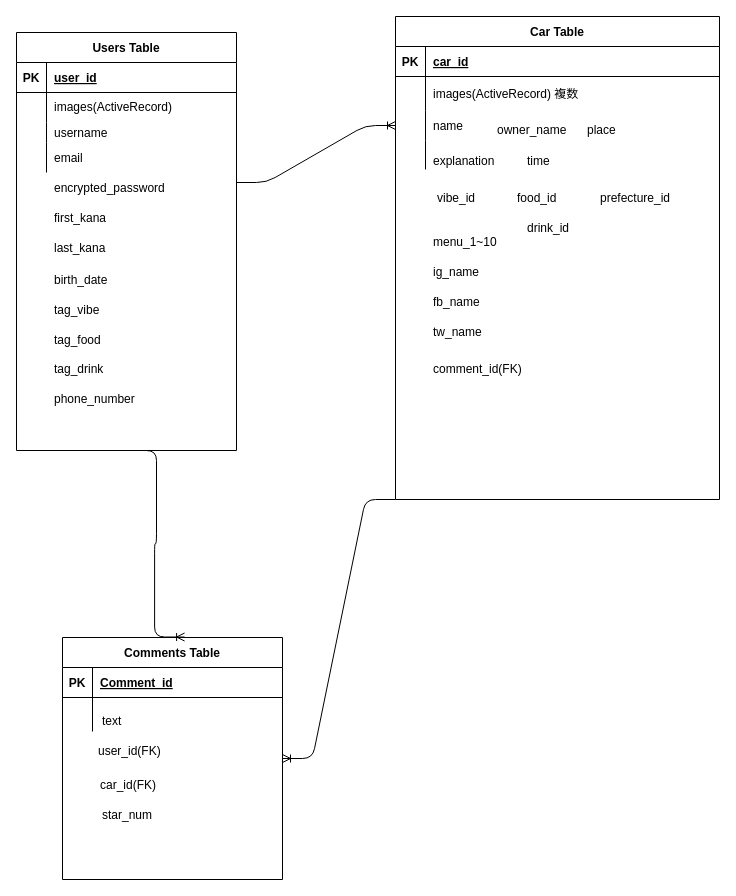
This is picnicar.drawio from kitsu-ne/picnicar, a draw.io file, before an edit. Source tidied: cells renumbered, new cells numbered last; positions are measured from the earlier drawing's top-left corner, leaving out a move shared by most shapes. Both pictures are drawn from the tidied source at 100%, with x=0, y=0 at pixel (16, 16).
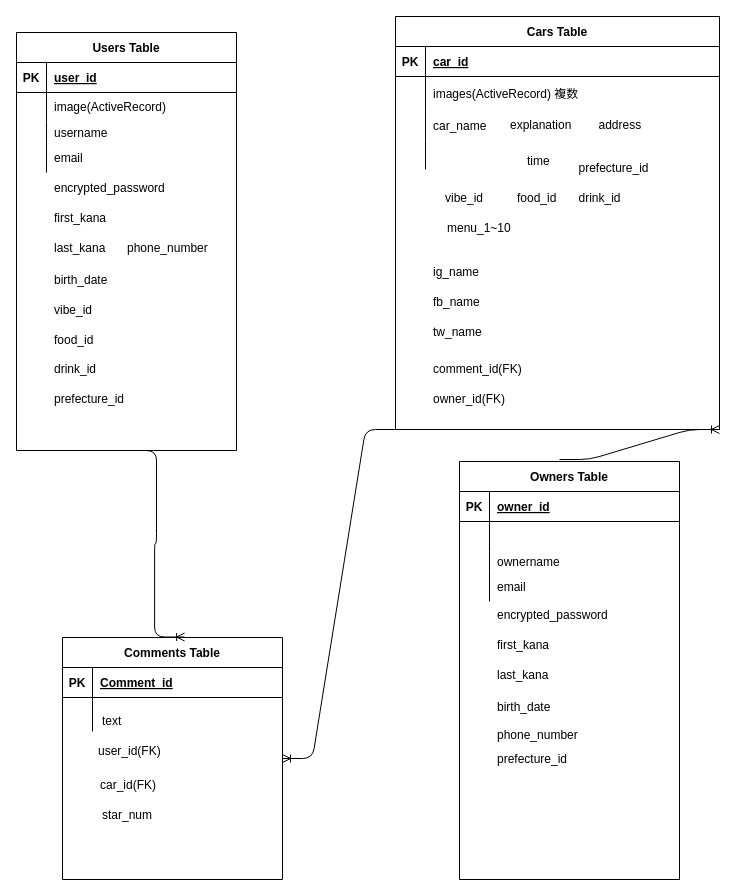
Above is the later version.

The change refers to these unchanged cells:
```xml
<mxCell id="9" style="shape=partialRectangle;fillColor=none;top=0;left=0;bottom=0;right=0;points=[[0,0.5],[1,0.5]];portConstraint=eastwest;" parent="2" vertex="1">
  <mxGeometry y="94" width="324" height="30" as="geometry" />
</mxCell>
```

The edit, as a diff of the source:
```diff
@@
-    <mxCell id="2" value="Car Table" style="shape=table;startSize=30;childLayout=tableLayout;rowLines=0;fontStyle=1;align=center;" parent="1" vertex="1">
-      <mxGeometry x="379" width="324" height="483" as="geometry" />
+    <mxCell id="2" value="Cars Table" style="shape=table;startSize=30;childLayout=tableLayout;rowLines=0;fontStyle=1;align=center;" parent="1" vertex="1">
+      <mxGeometry x="379" width="324" height="413" as="geometry" />
     </mxCell>
@@
-    <mxCell id="11" value="name" style="shape=partialRectangle;fillColor=none;top=0;left=0;bottom=0;right=0;align=left;spacingLeft=6;overflow=hidden;" parent="9" vertex="1">
+    <mxCell id="11" value="car_name" style="shape=partialRectangle;fillColor=none;top=0;left=0;bottom=0;right=0;align=left;spacingLeft=6;overflow=hidden;" parent="9" vertex="1">
       <mxGeometry x="30" width="294" height="30" as="geometry" />
     </mxCell>
@@
-    <mxCell id="18" style="edgeStyle=entityRelationEdgeStyle;fontSize=12;html=1;endArrow=ERoneToMany;entryX=0;entryY=0.5;entryDx=0;entryDy=0;" parent="1" edge="1" target="9">
+    <mxCell id="18" style="edgeStyle=entityRelationEdgeStyle;fontSize=12;html=1;endArrow=ERoneToMany;entryX=1;entryY=1;entryDx=0;entryDy=0;" parent="1" edge="1" target="2">
       <mxGeometry relative="1" as="geometry">
-        <mxPoint x="220" y="166" as="sourcePoint" />
+        <mxPoint x="543" y="443" as="sourcePoint" />
       </mxGeometry>
     </mxCell>
@@
     <mxCell id="33" value="explanation" style="shape=partialRectangle;fillColor=none;top=0;left=0;bottom=0;right=0;align=left;spacingLeft=6;overflow=hidden;" parent="1" vertex="1">
-      <mxGeometry x="409" y="129" width="84" height="30" as="geometry" />
+      <mxGeometry x="486" y="93" width="84" height="30" as="geometry" />
     </mxCell>
     <mxCell id="34" value="vibe_id" style="shape=partialRectangle;fillColor=none;top=0;left=0;bottom=0;right=0;align=left;spacingLeft=6;overflow=hidden;" parent="1" vertex="1">
-      <mxGeometry x="413" y="166" width="72" height="30" as="geometry" />
+      <mxGeometry x="421" y="166" width="72" height="30" as="geometry" />
     </mxCell>
@@
     <mxCell id="37" value="prefecture_id" style="shape=partialRectangle;fillColor=none;top=0;left=0;bottom=0;right=0;align=left;spacingLeft=6;overflow=hidden;" parent="1" vertex="1">
-      <mxGeometry x="576" y="166" width="87" height="30" as="geometry" />
+      <mxGeometry x="554.5" y="136" width="87" height="30" as="geometry" />
     </mxCell>
@@
-    <mxCell id="51" value="tag_vibe" style="shape=partialRectangle;fillColor=none;top=0;left=0;bottom=0;right=0;align=left;spacingLeft=6;overflow=hidden;" parent="1" vertex="1">
+    <mxCell id="51" value="vibe_id" style="shape=partialRectangle;fillColor=none;top=0;left=0;bottom=0;right=0;align=left;spacingLeft=6;overflow=hidden;" parent="1" vertex="1">
       <mxGeometry x="30" y="278" width="190" height="30" as="geometry" />
     </mxCell>
-    <mxCell id="52" value="tag_food" style="shape=partialRectangle;fillColor=none;top=0;left=0;bottom=0;right=0;align=left;spacingLeft=6;overflow=hidden;" parent="1" vertex="1">
+    <mxCell id="52" value="food_id" style="shape=partialRectangle;fillColor=none;top=0;left=0;bottom=0;right=0;align=left;spacingLeft=6;overflow=hidden;" parent="1" vertex="1">
       <mxGeometry x="30" y="308" width="190" height="30" as="geometry" />
     </mxCell>
-    <mxCell id="53" value="tag_drink" style="shape=partialRectangle;fillColor=none;top=0;left=0;bottom=0;right=0;align=left;spacingLeft=6;overflow=hidden;" parent="1" vertex="1">
+    <mxCell id="53" value="drink_id" style="shape=partialRectangle;fillColor=none;top=0;left=0;bottom=0;right=0;align=left;spacingLeft=6;overflow=hidden;" parent="1" vertex="1">
       <mxGeometry x="30" y="337" width="190" height="30" as="geometry" />
     </mxCell>
-    <mxCell id="54" value="images(ActiveRecord)" style="shape=partialRectangle;fillColor=none;top=0;left=0;bottom=0;right=0;align=left;spacingLeft=6;overflow=hidden;" parent="1" vertex="1">
+    <mxCell id="54" value="image(ActiveRecord)" style="shape=partialRectangle;fillColor=none;top=0;left=0;bottom=0;right=0;align=left;spacingLeft=6;overflow=hidden;" parent="1" vertex="1">
       <mxGeometry x="30" y="73" width="190" height="34" as="geometry" />
     </mxCell>
@@
-    <mxCell id="56" value="owner_name" style="shape=partialRectangle;fillColor=none;top=0;left=0;bottom=0;right=0;align=left;spacingLeft=6;overflow=hidden;" parent="1" vertex="1">
-      <mxGeometry x="473" y="100" width="90" height="25" as="geometry" />
-    </mxCell>
     <mxCell id="57" value="menu_1~10" style="shape=partialRectangle;fillColor=none;top=0;left=0;bottom=0;right=0;align=left;spacingLeft=6;overflow=hidden;" parent="1" vertex="1">
-      <mxGeometry x="409" y="210" width="190" height="30" as="geometry" />
+      <mxGeometry x="423" y="196" width="190" height="30" as="geometry" />
     </mxCell>
@@
     <mxCell id="61" value="phone_number" style="shape=partialRectangle;fillColor=none;top=0;left=0;bottom=0;right=0;align=left;spacingLeft=6;overflow=hidden;" parent="1" vertex="1">
-      <mxGeometry x="30" y="367" width="190" height="30" as="geometry" />
+      <mxGeometry x="103" y="216" width="190" height="30" as="geometry" />
     </mxCell>
@@
-    <mxCell id="63" value="place" style="shape=partialRectangle;fillColor=none;top=0;left=0;bottom=0;right=0;align=left;spacingLeft=6;overflow=hidden;" parent="1" vertex="1">
-      <mxGeometry x="563" y="100" width="50" height="25" as="geometry" />
+    <mxCell id="63" value="address" style="shape=partialRectangle;fillColor=none;top=0;left=0;bottom=0;right=0;align=left;spacingLeft=6;overflow=hidden;" parent="1" vertex="1">
+      <mxGeometry x="574.5" y="95.5" width="50" height="25" as="geometry" />
     </mxCell>
     <mxCell id="64" value="drink_id" style="shape=partialRectangle;fillColor=none;top=0;left=0;bottom=0;right=0;align=left;spacingLeft=6;overflow=hidden;" parent="1" vertex="1">
-      <mxGeometry x="503" y="196" width="70" height="30" as="geometry" />
+      <mxGeometry x="554.5" y="166" width="70" height="30" as="geometry" />
     </mxCell>
@@
+    <mxCell id="66" value="prefecture_id" style="shape=partialRectangle;fillColor=none;top=0;left=0;bottom=0;right=0;align=left;spacingLeft=6;overflow=hidden;" parent="1" vertex="1">
+      <mxGeometry x="30" y="367" width="87" height="30" as="geometry" />
+    </mxCell>
+    <mxCell id="67" value="Owners Table" style="shape=table;startSize=30;childLayout=tableLayout;rowLines=0;fontStyle=1;align=center;" parent="1" vertex="1">
+      <mxGeometry x="443" y="445" width="220" height="418" as="geometry" />
+    </mxCell>
+    <mxCell id="68" style="shape=partialRectangle;fillColor=none;top=0;left=0;bottom=1;right=0;" parent="67" vertex="1">
+      <mxGeometry y="30" width="220" height="30" as="geometry" />
+    </mxCell>
+    <mxCell id="69" value="PK" style="shape=partialRectangle;fillColor=none;top=0;left=0;bottom=0;right=0;fontStyle=1;overflow=hidden;" parent="68" vertex="1">
+      <mxGeometry width="30" height="30" as="geometry" />
+    </mxCell>
+    <mxCell id="70" value="owner_id" style="shape=partialRectangle;fillColor=none;top=0;left=0;bottom=0;right=0;align=left;spacingLeft=6;fontStyle=5;overflow=hidden;" parent="68" vertex="1">
+      <mxGeometry x="30" width="190" height="30" as="geometry" />
+    </mxCell>
+    <mxCell id="71" style="shape=partialRectangle;fillColor=none;top=0;left=0;bottom=0;right=0;" parent="67" vertex="1">
+      <mxGeometry y="60" width="220" height="30" as="geometry" />
+    </mxCell>
+    <mxCell id="72" style="shape=partialRectangle;fillColor=none;top=0;left=0;bottom=0;right=0;overflow=hidden;" parent="71" vertex="1">
+      <mxGeometry width="30" height="30" as="geometry" />
+    </mxCell>
+    <mxCell id="73" style="shape=partialRectangle;fillColor=none;top=0;left=0;bottom=0;right=0;align=left;spacingLeft=6;overflow=hidden;" parent="71" vertex="1">
+      <mxGeometry x="30" width="190" height="30" as="geometry" />
+    </mxCell>
+    <mxCell id="74" style="shape=partialRectangle;fillColor=none;top=0;left=0;bottom=0;right=0;" parent="67" vertex="1">
+      <mxGeometry y="90" width="220" height="20" as="geometry" />
+    </mxCell>
+    <mxCell id="75" style="shape=partialRectangle;fillColor=none;top=0;left=0;bottom=0;right=0;overflow=hidden;" parent="74" vertex="1">
+      <mxGeometry width="30" height="20" as="geometry" />
+    </mxCell>
+    <mxCell id="76" value="ownername" style="shape=partialRectangle;fillColor=none;top=0;left=0;bottom=0;right=0;align=left;spacingLeft=6;overflow=hidden;" parent="74" vertex="1">
+      <mxGeometry x="30" width="190" height="20" as="geometry" />
+    </mxCell>
+    <mxCell id="77" style="shape=partialRectangle;fillColor=none;top=0;left=0;bottom=0;right=0;" parent="67" vertex="1">
+      <mxGeometry y="110" width="220" height="30" as="geometry" />
+    </mxCell>
+    <mxCell id="78" style="shape=partialRectangle;fillColor=none;top=0;left=0;bottom=0;right=0;overflow=hidden;" parent="77" vertex="1">
+      <mxGeometry width="30" height="30" as="geometry" />
+    </mxCell>
+    <mxCell id="79" value="email" style="shape=partialRectangle;fillColor=none;top=0;left=0;bottom=0;right=0;align=left;spacingLeft=6;overflow=hidden;" parent="77" vertex="1">
+      <mxGeometry x="30" width="190" height="30" as="geometry" />
+    </mxCell>
+    <mxCell id="80" value="encrypted_password" style="shape=partialRectangle;fillColor=none;top=0;left=0;bottom=0;right=0;align=left;spacingLeft=6;overflow=hidden;" parent="1" vertex="1">
+      <mxGeometry x="473" y="583" width="190" height="30" as="geometry" />
+    </mxCell>
+    <mxCell id="81" value="first_kana" style="shape=partialRectangle;fillColor=none;top=0;left=0;bottom=0;right=0;align=left;spacingLeft=6;overflow=hidden;" parent="1" vertex="1">
+      <mxGeometry x="473" y="613" width="190" height="30" as="geometry" />
+    </mxCell>
+    <mxCell id="82" value="birth_date" style="shape=partialRectangle;fillColor=none;top=0;left=0;bottom=0;right=0;align=left;spacingLeft=6;overflow=hidden;" parent="1" vertex="1">
+      <mxGeometry x="473" y="675" width="190" height="30" as="geometry" />
+    </mxCell>
+    <mxCell id="83" value="last_kana" style="shape=partialRectangle;fillColor=none;top=0;left=0;bottom=0;right=0;align=left;spacingLeft=6;overflow=hidden;" parent="1" vertex="1">
+      <mxGeometry x="473" y="643" width="190" height="30" as="geometry" />
+    </mxCell>
+    <mxCell id="84" value="phone_number" style="shape=partialRectangle;fillColor=none;top=0;left=0;bottom=0;right=0;align=left;spacingLeft=6;overflow=hidden;" parent="1" vertex="1">
+      <mxGeometry x="473" y="703" width="190" height="30" as="geometry" />
+    </mxCell>
+    <mxCell id="85" value="prefecture_id" style="shape=partialRectangle;fillColor=none;top=0;left=0;bottom=0;right=0;align=left;spacingLeft=6;overflow=hidden;" parent="1" vertex="1">
+      <mxGeometry x="473" y="727" width="87" height="30" as="geometry" />
+    </mxCell>
+    <mxCell id="86" value="owner_id(FK)" style="shape=partialRectangle;fillColor=none;top=0;left=0;bottom=0;right=0;align=left;spacingLeft=6;overflow=hidden;" parent="1" vertex="1">
+      <mxGeometry x="409" y="367" width="190" height="30" as="geometry" />
+    </mxCell>
```
